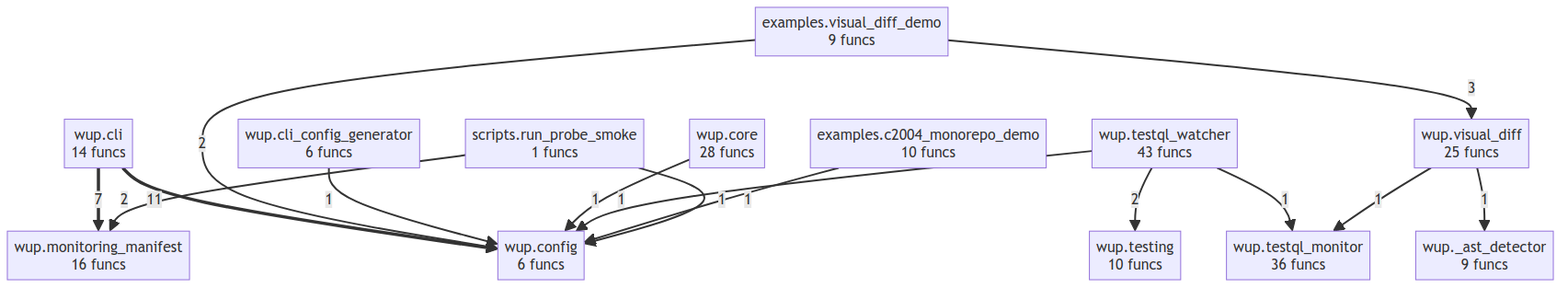
Earlier version of the Mermaid export project/compact_flow.png (semcod/wup). Its source is kept beside it as project/compact_flow.mmd.
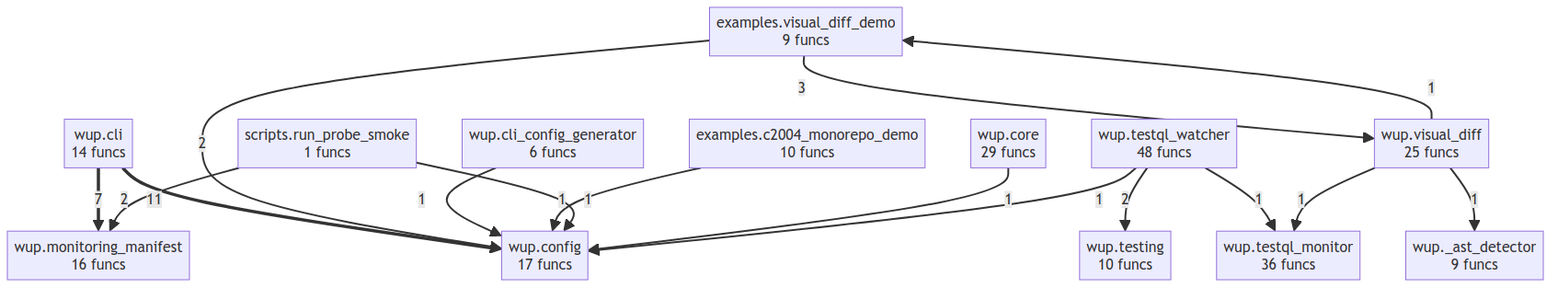
After the commit.

Change to the diagram source:
```diff
@@ -5,24 +5,25 @@
     wup___ast_detector["wup._ast_detector<br/>9 funcs"]
     wup__cli["wup.cli<br/>14 funcs"]
     wup__cli_config_generator["wup.cli_config_generator<br/>6 funcs"]
-    wup__config["wup.config<br/>6 funcs"]
-    wup__core["wup.core<br/>28 funcs"]
+    wup__config["wup.config<br/>17 funcs"]
+    wup__core["wup.core<br/>29 funcs"]
     wup__monitoring_manifest["wup.monitoring_manifest<br/>16 funcs"]
     wup__testing["wup.testing<br/>10 funcs"]
     wup__testql_monitor["wup.testql_monitor<br/>36 funcs"]
-    wup__testql_watcher["wup.testql_watcher<br/>43 funcs"]
+    wup__testql_watcher["wup.testql_watcher<br/>48 funcs"]
     wup__visual_diff["wup.visual_diff<br/>25 funcs"]
     wup__cli ==>|11| wup__config
     wup__cli ==>|7| wup__monitoring_manifest
     examples__visual_diff_demo -->|3| wup__visual_diff
-    wup__testql_watcher -->|2| wup__testing
     examples__visual_diff_demo -->|2| wup__config
     scripts__run_probe_smoke -->|2| wup__monitoring_manifest
+    wup__testql_watcher -->|2| wup__testing
     wup__cli_config_generator -->|1| wup__config
+    examples__c2004_monorepo_demo -->|1| wup__config
+    scripts__run_probe_smoke -->|1| wup__config
     wup__core -->|1| wup__config
     wup__testql_watcher -->|1| wup__config
     wup__testql_watcher -->|1| wup__testql_monitor
     wup__visual_diff -->|1| wup__testql_monitor
     wup__visual_diff -->|1| wup___ast_detector
-    examples__c2004_monorepo_demo -->|1| wup__config
-    scripts__run_probe_smoke -->|1| wup__config
+    wup__visual_diff -->|1| examples__visual_diff_demo
```
